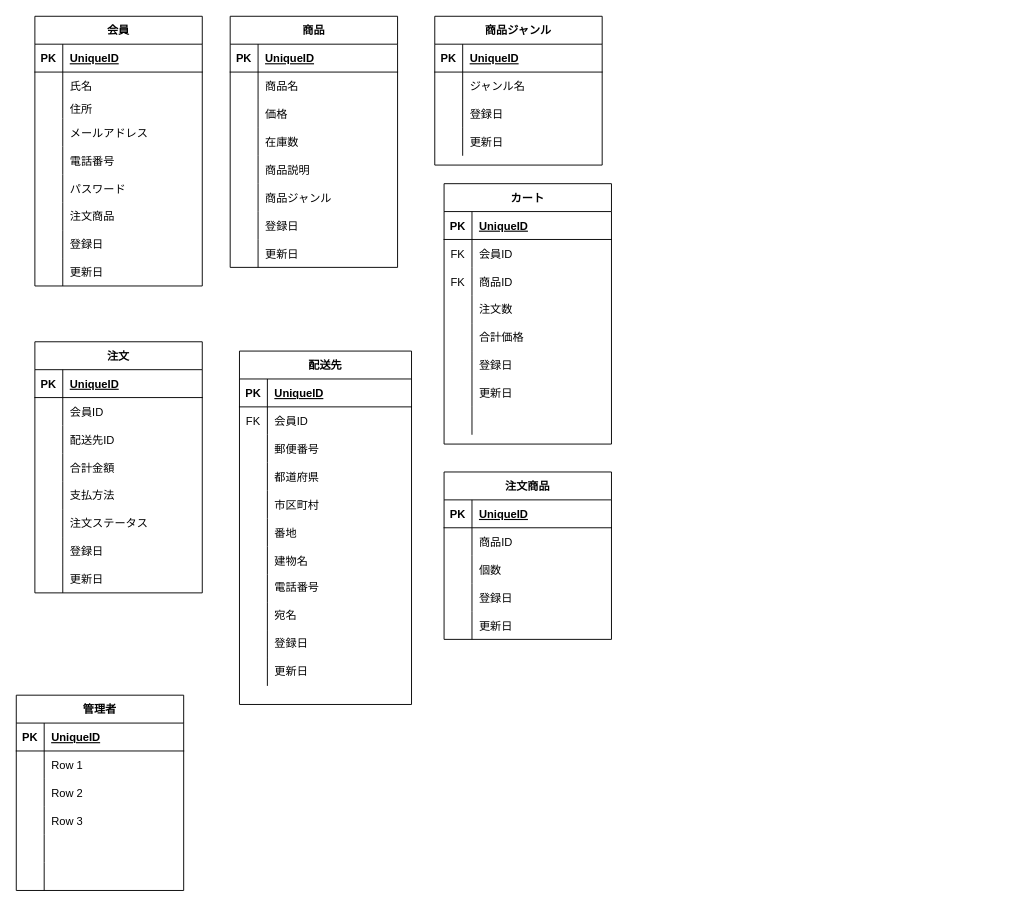
Above: WCPチーム開発ER図.drawio in TOMOKIHAGUI/WCR-TEAM_ER (draw.io), before the change. Source tidied: cells renumbered, new cells numbered last; positions are measured from the earlier drawing's top-left corner, leaving out a move shared by most shapes. Both pictures are drawn from the tidied source at 93%, with x=0, y=0 at pixel (16, 16).
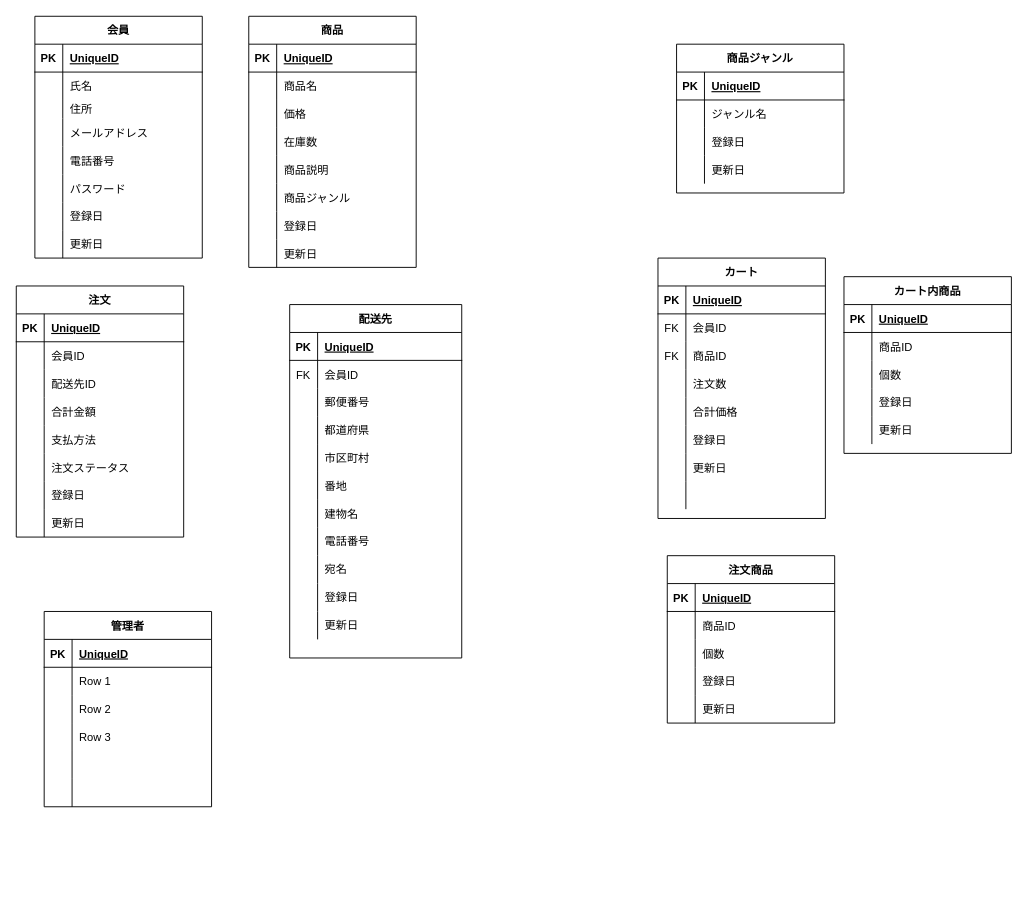
The same diagram, later.

Commit message (it also covers changes not shown here):
WCPチーム開発ER図.drawio を更新します

Change to the diagram source:
```diff
@@
     <mxCell id="2" value="会員" style="shape=table;startSize=30;childLayout=tableLayout;rowLines=0;fontStyle=1;align=center;" parent="1" vertex="1">
-      <mxGeometry x="20" width="180" height="290" as="geometry" />
+      <mxGeometry x="20" width="180" height="260" as="geometry" />
     </mxCell>
@@
-    <mxCell id="21" style="shape=partialRectangle;fillColor=none;top=0;left=0;bottom=0;right=0;" parent="2" vertex="1">
-      <mxGeometry y="200" width="180" height="30" as="geometry" />
-    </mxCell>
-    <mxCell id="22" style="shape=partialRectangle;fillColor=none;top=0;left=0;bottom=0;right=0;overflow=hidden;" parent="21" vertex="1">
-      <mxGeometry width="30" height="30" as="geometry" />
-    </mxCell>
-    <mxCell id="23" value="注文商品" style="shape=partialRectangle;fillColor=none;top=0;left=0;bottom=0;right=0;align=left;spacingLeft=6;overflow=hidden;" parent="21" vertex="1">
-      <mxGeometry x="30" width="150" height="30" as="geometry" />
-    </mxCell>
     <mxCell id="24" style="shape=partialRectangle;fillColor=none;top=0;left=0;bottom=0;right=0;" parent="2" vertex="1">
-      <mxGeometry y="230" width="180" height="30" as="geometry" />
+      <mxGeometry y="200" width="180" height="30" as="geometry" />
     </mxCell>
@@
     <mxCell id="27" style="shape=partialRectangle;fillColor=none;top=0;left=0;bottom=0;right=0;" parent="2" vertex="1">
-      <mxGeometry y="260" width="180" height="30" as="geometry" />
+      <mxGeometry y="230" width="180" height="30" as="geometry" />
     </mxCell>
@@
     <mxCell id="30" value="商品" style="shape=table;startSize=30;childLayout=tableLayout;rowLines=0;fontStyle=1;align=center;" parent="1" vertex="1">
-      <mxGeometry x="230" width="180" height="270" as="geometry" />
+      <mxGeometry x="250" width="180" height="270" as="geometry" />
     </mxCell>
@@
     <mxCell id="55" value="配送先" style="shape=table;startSize=30;childLayout=tableLayout;rowLines=0;fontStyle=1;align=center;" parent="1" vertex="1">
-      <mxGeometry x="240" y="360" width="185" height="380" as="geometry" />
+      <mxGeometry x="294" y="310" width="185" height="380" as="geometry" />
     </mxCell>
@@
     <mxCell id="89" value="注文" style="shape=table;startSize=30;childLayout=tableLayout;rowLines=0;fontStyle=1;align=center;" parent="1" vertex="1">
-      <mxGeometry x="20" y="350" width="180" height="270" as="geometry" />
+      <mxGeometry y="290" width="180" height="270" as="geometry" />
     </mxCell>
@@
     <mxCell id="114" value="管理者" style="shape=table;startSize=30;childLayout=tableLayout;rowLines=0;fontStyle=1;align=center;fillColor=none;" parent="1" vertex="1">
-      <mxGeometry y="730" width="180" height="210" as="geometry" />
+      <mxGeometry x="30" y="640" width="180" height="210" as="geometry" />
     </mxCell>
@@
     <mxCell id="133" value="カート" style="shape=table;startSize=30;childLayout=tableLayout;rowLines=0;fontStyle=1;align=center;fillColor=none;" parent="1" vertex="1">
-      <mxGeometry x="460" y="180" width="180" height="280" as="geometry" />
+      <mxGeometry x="690" y="260" width="180" height="280" as="geometry" />
     </mxCell>
@@
     <mxCell id="158" value="注文商品" style="shape=table;startSize=30;childLayout=tableLayout;rowLines=0;fontStyle=1;align=center;" parent="1" vertex="1">
-      <mxGeometry x="460" y="490" width="180" height="180" as="geometry" />
+      <mxGeometry x="700" y="580" width="180" height="180" as="geometry" />
     </mxCell>
@@
     <mxCell id="174" value="商品ジャンル" style="shape=table;startSize=30;childLayout=tableLayout;rowLines=0;fontStyle=1;align=center;" parent="1" vertex="1">
-      <mxGeometry x="450" width="180" height="160" as="geometry" />
+      <mxGeometry x="710" y="30" width="180" height="160" as="geometry" />
     </mxCell>
@@
+    <mxCell id="187" value="カート内商品" style="shape=table;startSize=30;childLayout=tableLayout;rowLines=0;fontStyle=1;align=center;" parent="1" vertex="1">
+      <mxGeometry x="890" y="280" width="180" height="190" as="geometry" />
+    </mxCell>
+    <mxCell id="188" style="shape=partialRectangle;fillColor=none;top=0;left=0;bottom=1;right=0;" parent="187" vertex="1">
+      <mxGeometry y="30" width="180" height="30" as="geometry" />
+    </mxCell>
+    <mxCell id="189" value="PK" style="shape=partialRectangle;fillColor=none;top=0;left=0;bottom=0;right=0;fontStyle=1;overflow=hidden;" parent="188" vertex="1">
+      <mxGeometry width="30" height="30" as="geometry" />
+    </mxCell>
+    <mxCell id="190" value="UniqueID" style="shape=partialRectangle;fillColor=none;top=0;left=0;bottom=0;right=0;align=left;spacingLeft=6;fontStyle=5;overflow=hidden;" parent="188" vertex="1">
+      <mxGeometry x="30" width="150" height="30" as="geometry" />
+    </mxCell>
+    <mxCell id="191" style="shape=partialRectangle;fillColor=none;top=0;left=0;bottom=0;right=0;" parent="187" vertex="1">
+      <mxGeometry y="60" width="180" height="30" as="geometry" />
+    </mxCell>
+    <mxCell id="192" style="shape=partialRectangle;fillColor=none;top=0;left=0;bottom=0;right=0;overflow=hidden;" parent="191" vertex="1">
+      <mxGeometry width="30" height="30" as="geometry" />
+    </mxCell>
+    <mxCell id="193" value="商品ID" style="shape=partialRectangle;fillColor=none;top=0;left=0;bottom=0;right=0;align=left;spacingLeft=6;overflow=hidden;" parent="191" vertex="1">
+      <mxGeometry x="30" width="150" height="30" as="geometry" />
+    </mxCell>
+    <mxCell id="194" style="shape=partialRectangle;fillColor=none;top=0;left=0;bottom=0;right=0;" parent="187" vertex="1">
+      <mxGeometry y="90" width="180" height="30" as="geometry" />
+    </mxCell>
+    <mxCell id="195" style="shape=partialRectangle;fillColor=none;top=0;left=0;bottom=0;right=0;overflow=hidden;" parent="194" vertex="1">
+      <mxGeometry width="30" height="30" as="geometry" />
+    </mxCell>
+    <mxCell id="196" value="個数" style="shape=partialRectangle;fillColor=none;top=0;left=0;bottom=0;right=0;align=left;spacingLeft=6;overflow=hidden;" parent="194" vertex="1">
+      <mxGeometry x="30" width="150" height="30" as="geometry" />
+    </mxCell>
+    <mxCell id="197" style="shape=partialRectangle;fillColor=none;top=0;left=0;bottom=0;right=0;" parent="187" vertex="1">
+      <mxGeometry y="120" width="180" height="30" as="geometry" />
+    </mxCell>
+    <mxCell id="198" style="shape=partialRectangle;fillColor=none;top=0;left=0;bottom=0;right=0;overflow=hidden;" parent="197" vertex="1">
+      <mxGeometry width="30" height="30" as="geometry" />
+    </mxCell>
+    <mxCell id="199" value="登録日" style="shape=partialRectangle;fillColor=none;top=0;left=0;bottom=0;right=0;align=left;spacingLeft=6;overflow=hidden;" parent="197" vertex="1">
+      <mxGeometry x="30" width="150" height="30" as="geometry" />
+    </mxCell>
+    <mxCell id="200" style="shape=partialRectangle;fillColor=none;top=0;left=0;bottom=0;right=0;" parent="187" vertex="1">
+      <mxGeometry y="150" width="180" height="30" as="geometry" />
+    </mxCell>
+    <mxCell id="201" style="shape=partialRectangle;fillColor=none;top=0;left=0;bottom=0;right=0;overflow=hidden;" parent="200" vertex="1">
+      <mxGeometry width="30" height="30" as="geometry" />
+    </mxCell>
+    <mxCell id="202" value="更新日" style="shape=partialRectangle;fillColor=none;top=0;left=0;bottom=0;right=0;align=left;spacingLeft=6;overflow=hidden;" parent="200" vertex="1">
+      <mxGeometry x="30" width="150" height="30" as="geometry" />
+    </mxCell>
```
